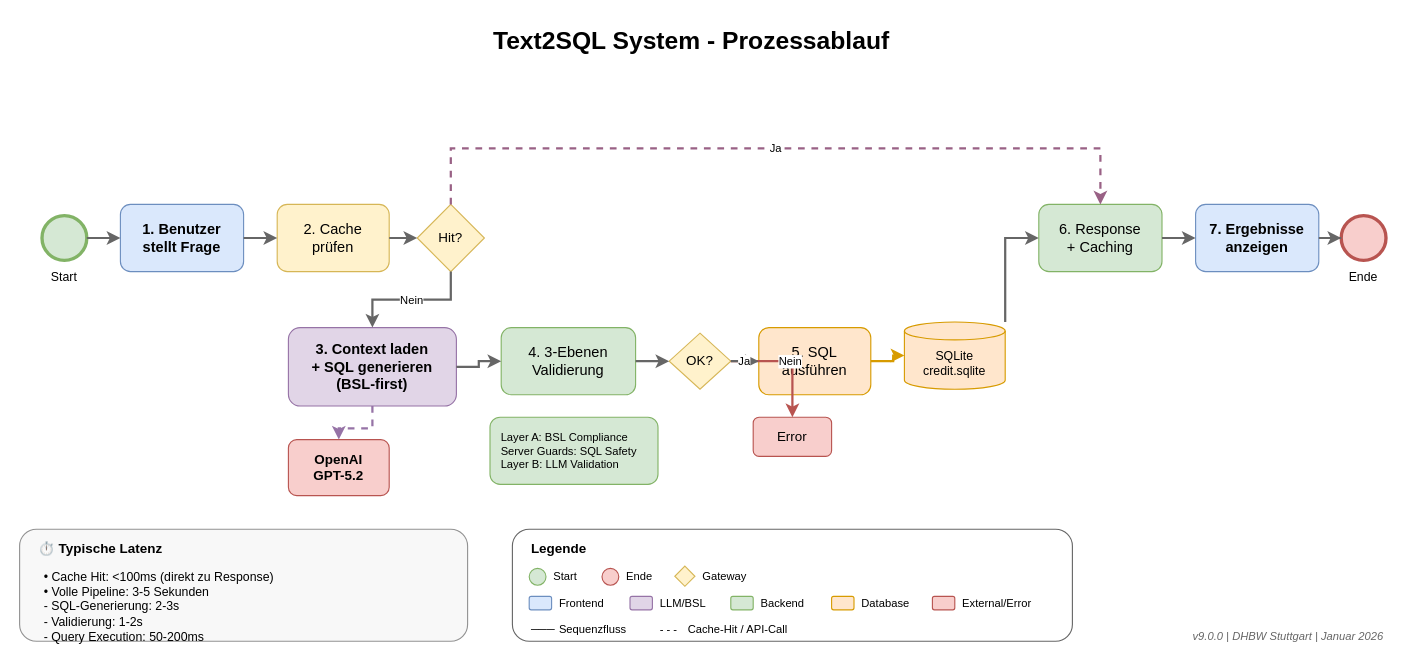
Earlier version of the draw.io diagram docs/PROZESSABLAUF_v3_PPT.drawio (JoelRai07/Projekt-Vetter-SQL). Source tidied: cells renumbered, new cells numbered last; positions are measured from the earlier drawing's top-left corner, leaving out a move shared by most shapes. Both pictures are drawn from the tidied source at 112%, with x=0, y=0 at pixel (19, 19).
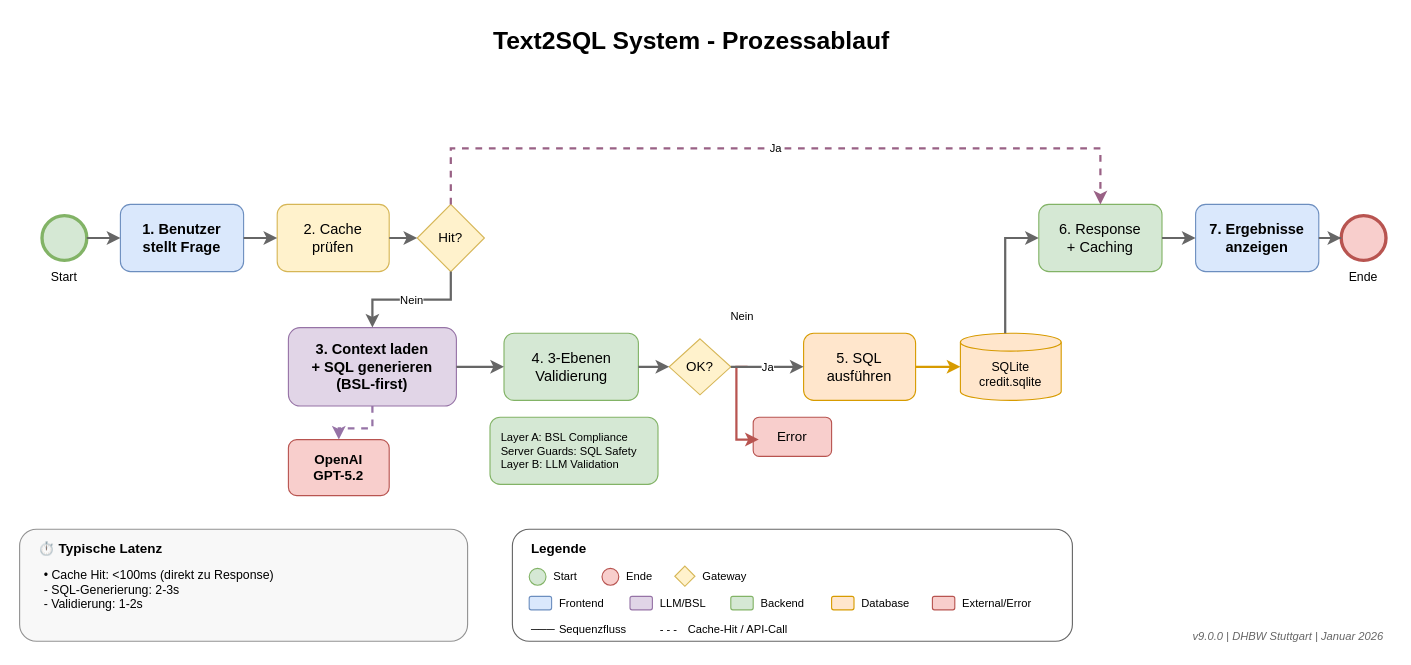
Above is the later version.

Commit message (it also covers changes not shown here):
Hier neue Dateien

The change refers to these unchanged cells:
```xml
<mxCell id="13" value="Error" style="rounded=1;whiteSpace=wrap;html=1;fillColor=#f8cecc;strokeColor=#b85450;fontSize=12;" parent="1" vertex="1">
  <mxGeometry x="655" y="355" width="70" height="35" as="geometry" />
</mxCell>
```

The edit, as a diff of the source:
```diff
@@
     <mxCell id="10" value="4. 3-Ebenen&#10;Validierung" style="rounded=1;whiteSpace=wrap;html=1;fillColor=#d5e8d4;strokeColor=#82b366;fontSize=13;" parent="1" vertex="1">
-      <mxGeometry x="430" y="275" width="120" height="60" as="geometry" />
+      <mxGeometry x="432.5" y="280" width="120" height="60" as="geometry" />
     </mxCell>
@@
     <mxCell id="12" value="OK?" style="rhombus;whiteSpace=wrap;html=1;fillColor=#fff2cc;strokeColor=#d6b656;fontSize=12;" parent="1" vertex="1">
-      <mxGeometry x="580" y="280" width="55" height="50" as="geometry" />
+      <mxGeometry x="580" y="285" width="55" height="50" as="geometry" />
     </mxCell>
@@
     <mxCell id="14" value="5. SQL&#10;ausführen" style="rounded=1;whiteSpace=wrap;html=1;fillColor=#ffe6cc;strokeColor=#d79b00;fontSize=13;" parent="1" vertex="1">
-      <mxGeometry x="660" y="275" width="100" height="60" as="geometry" />
+      <mxGeometry x="700" y="280" width="100" height="60" as="geometry" />
     </mxCell>
     <mxCell id="15" value="SQLite&#10;credit.sqlite" style="shape=cylinder3;whiteSpace=wrap;html=1;boundedLbl=1;backgroundOutline=1;size=8;fillColor=#ffe6cc;strokeColor=#d79b00;fontSize=11;" parent="1" vertex="1">
-      <mxGeometry x="790" y="270" width="90" height="60" as="geometry" />
+      <mxGeometry x="840" y="280" width="90" height="60" as="geometry" />
     </mxCell>
@@
-    <mxCell id="28" value="Nein" style="edgeStyle=orthogonalEdgeStyle;rounded=0;jettySize=auto;html=1;strokeWidth=2;strokeColor=#b85450;fontSize=10;" parent="1" edge="1" source="12" target="13">
-      <mxGeometry relative="1" as="geometry" />
+    <mxCell id="28" value="Nein" style="edgeStyle=orthogonalEdgeStyle;rounded=0;jettySize=auto;html=1;strokeWidth=2;strokeColor=#b85450;fontSize=10;entryX=0.071;entryY=0.571;entryDx=0;entryDy=0;entryPerimeter=0;" parent="1" edge="1" target="13">
+      <mxGeometry x="-1" y="-45" relative="1" as="geometry">
+        <mxPoint x="650" y="310" as="sourcePoint" />
+        <Array as="points">
+          <mxPoint x="640" y="310" />
+          <mxPoint x="640" y="375" />
+        </Array>
+        <mxPoint x="-5" as="offset" />
+      </mxGeometry>
     </mxCell>
@@
-    <mxCell id="36" value="• Cache Hit: &lt;100ms (direkt zu Response)&#10;• Volle Pipeline: 3-5 Sekunden&#10;  - SQL-Generierung: 2-3s&#10;  - Validierung: 1-2s&#10;  - Query Execution: 50-200ms" style="text;html=1;strokeColor=none;fillColor=none;align=left;verticalAlign=top;whiteSpace=wrap;rounded=0;fontSize=11;spacingLeft=5;" parent="1" vertex="1">
-      <mxGeometry x="15" y="485" width="220" height="65" as="geometry" />
+    <mxCell id="36" value="• Cache Hit: &amp;lt;100ms (direkt zu Response)&lt;br&gt;  - SQL-Generierung: 2-3s&lt;br&gt;  - Validierung: 1-2s" style="text;html=1;strokeColor=none;fillColor=none;align=left;verticalAlign=top;whiteSpace=wrap;rounded=0;fontSize=11;spacingLeft=5;" parent="1" vertex="1">
+      <mxGeometry x="15" y="483" width="220" height="65" as="geometry" />
     </mxCell>
```
